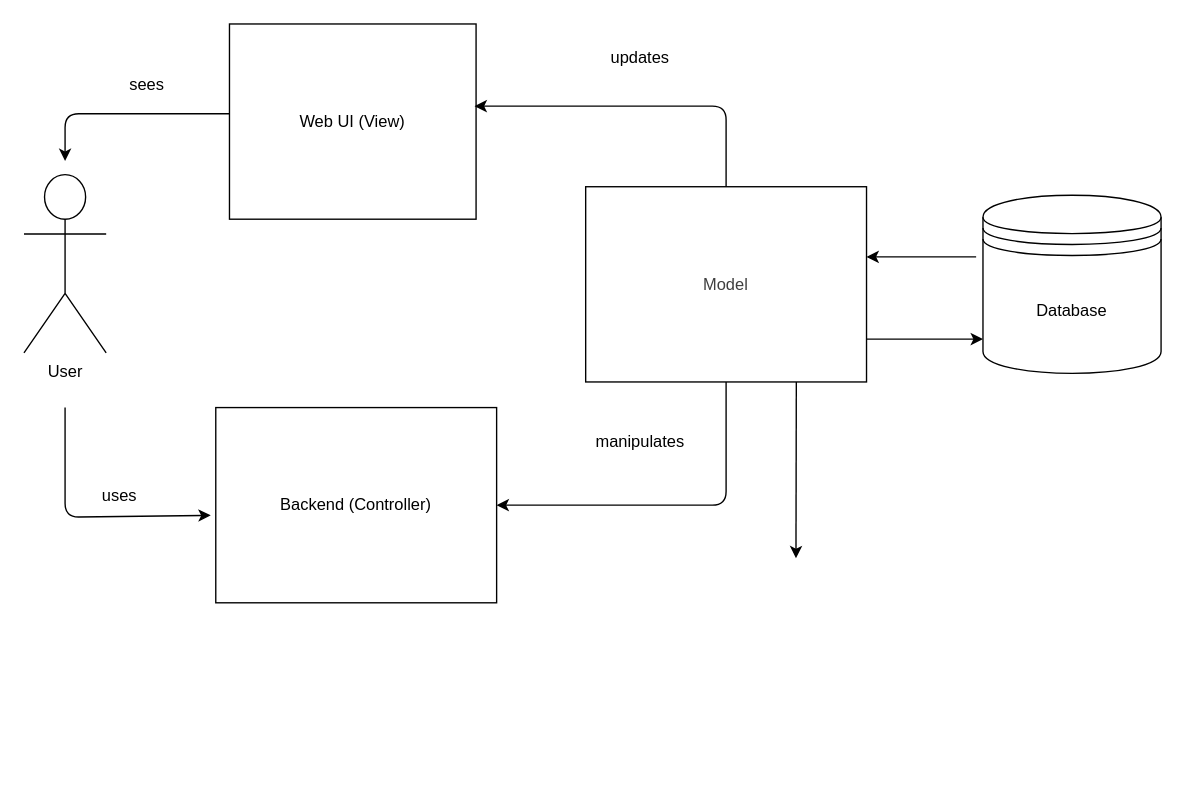
Before: system-architecture.drawio in SE-Dominic/Smart-Baking-Assistant, a draw.io diagram. Source tidied: cells renumbered, new cells numbered last; positions are measured from the earlier drawing's top-left corner, leaving out a move shared by most shapes. Both pictures are drawn from the tidied source at 137%, with x=0, y=0 at pixel (23, 23).
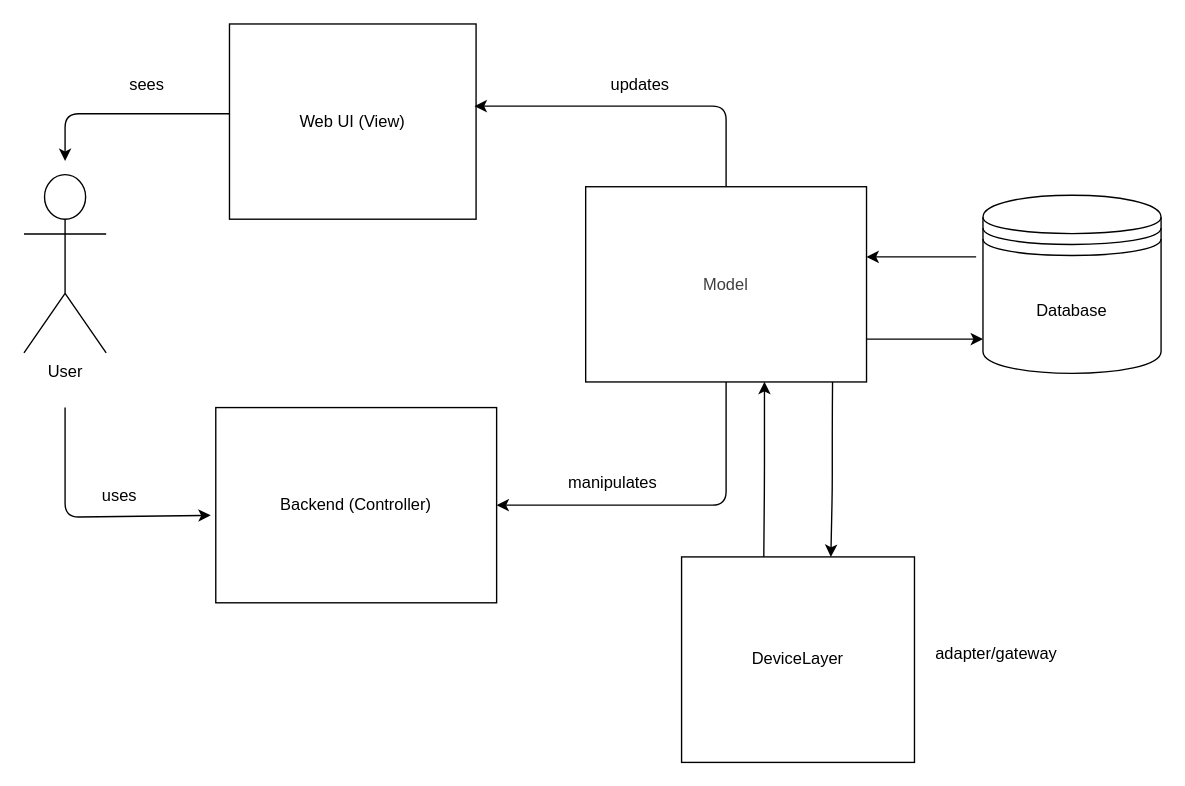
Above is the later version.

Commit message:
Added device layer to system architecture diagram

Unchanged cells that the change refers to:
```xml
<mxCell id="10" value="&lt;div&gt;&lt;br&gt;&lt;/div&gt;&lt;div&gt;&lt;br&gt;&lt;/div&gt;&lt;div&gt;&lt;br&gt;&lt;/div&gt;&lt;div&gt;&lt;br&gt;&lt;/div&gt;&lt;div&gt;&lt;span style=&quot;color: rgb(63, 63, 63); background-color: transparent;&quot;&gt;Model&lt;/span&gt;&lt;/div&gt;" style="whiteSpace=wrap;html=1;verticalAlign=top;" parent="1" vertex="1">
  <mxGeometry x="410" y="118.8" width="205" height="142.5" as="geometry" />
</mxCell>
```

Diff of the diagram source:
```diff
@@
-    <mxCell id="9" style="edgeStyle=none;html=1;exitX=0.75;exitY=1;exitDx=0;exitDy=0;" parent="1" edge="1" source="10">
+    <mxCell id="9" style="edgeStyle=none;html=1;exitX=0.75;exitY=1;exitDx=0;exitDy=0;entryX=0.641;entryY=0;entryDx=0;entryDy=0;entryPerimeter=0;" parent="1" edge="1" target="20">
       <mxGeometry relative="1" as="geometry">
-        <mxPoint x="563.5" y="390" as="targetPoint" />
+        <mxPoint x="590.2" y="261.2" as="sourcePoint" />
+        <Array as="points">
+          <mxPoint x="590" y="290" />
+          <mxPoint x="590" y="340" />
+        </Array>
       </mxGeometry>
     </mxCell>
@@
     <mxCell id="15" value="manipulates" style="text;html=1;whiteSpace=wrap;strokeColor=none;fillColor=none;align=center;verticalAlign=middle;rounded=0;" parent="1" vertex="1">
-      <mxGeometry x="420" y="290" width="60" height="30" as="geometry" />
+      <mxGeometry x="400" y="320" width="60" height="30" as="geometry" />
     </mxCell>
@@
     <mxCell id="17" value="updates" style="text;html=1;whiteSpace=wrap;strokeColor=none;fillColor=none;align=center;verticalAlign=middle;rounded=0;" parent="1" vertex="1">
-      <mxGeometry x="420" y="10" width="60" height="30" as="geometry" />
+      <mxGeometry x="420" y="30" width="60" height="30" as="geometry" />
     </mxCell>
+    <mxCell id="18" value="adapter/gateway" style="text;html=1;whiteSpace=wrap;strokeColor=none;fillColor=none;align=center;verticalAlign=middle;rounded=0;" parent="1" vertex="1">
+      <mxGeometry x="680" y="445" width="60" height="30" as="geometry" />
+    </mxCell>
+    <mxCell id="19" style="edgeStyle=none;html=1;exitX=0.353;exitY=0.007;exitDx=0;exitDy=0;exitPerimeter=0;" parent="1" edge="1" source="20">
+      <mxGeometry relative="1" as="geometry">
+        <mxPoint x="540.5" y="261.2" as="targetPoint" />
+        <Array as="points">
+          <mxPoint x="540.5" y="331.2" />
+        </Array>
+      </mxGeometry>
+    </mxCell>
+    <mxCell id="20" value="DeviceLayer" style="whiteSpace=wrap;html=1;" parent="1" vertex="1">
+      <mxGeometry x="480" y="389" width="170" height="150" as="geometry" />
+    </mxCell>
```
